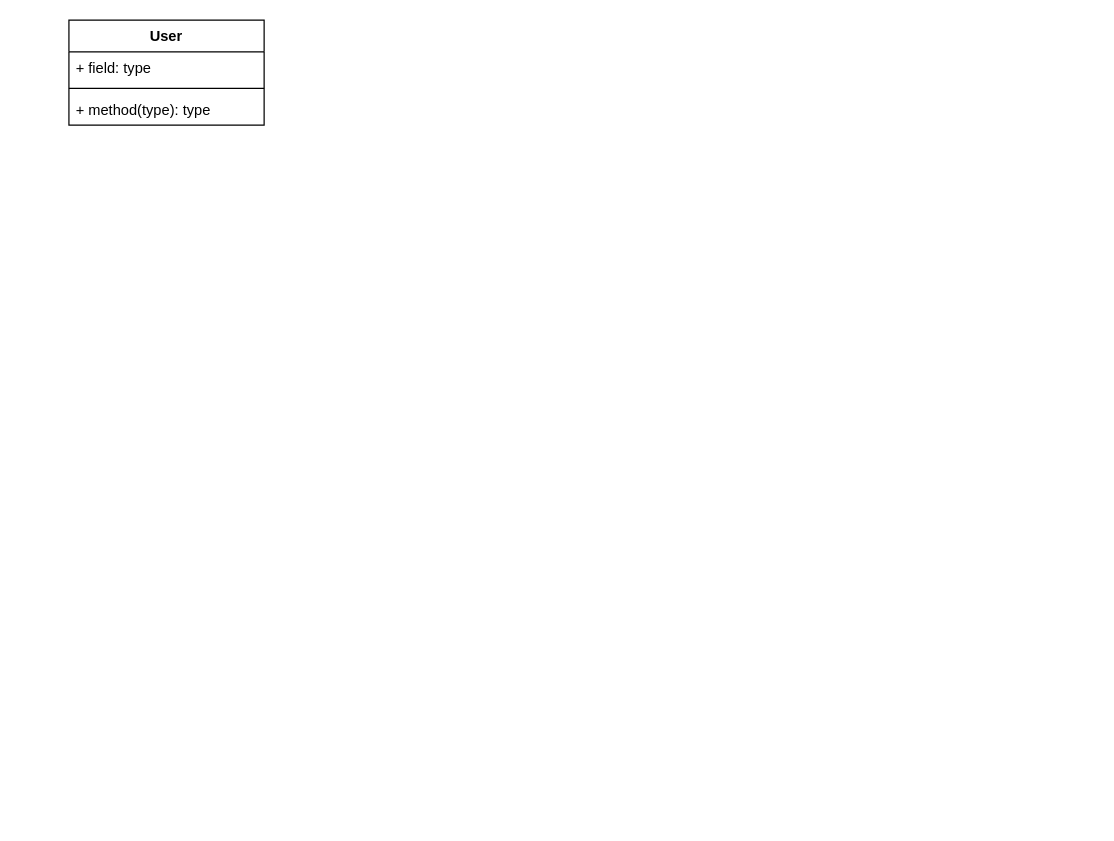
Earlier version of the draw.io diagram page "class" (6 of 8) of nadi.drawio (MohitBurkule/nadi). Source tidied: cells renumbered, new cells numbered last; positions are measured from the earlier drawing's top-left corner, leaving out a move shared by most shapes. Both pictures are drawn from the tidied source at 122%, with x=0, y=0 at pixel (68, 20).
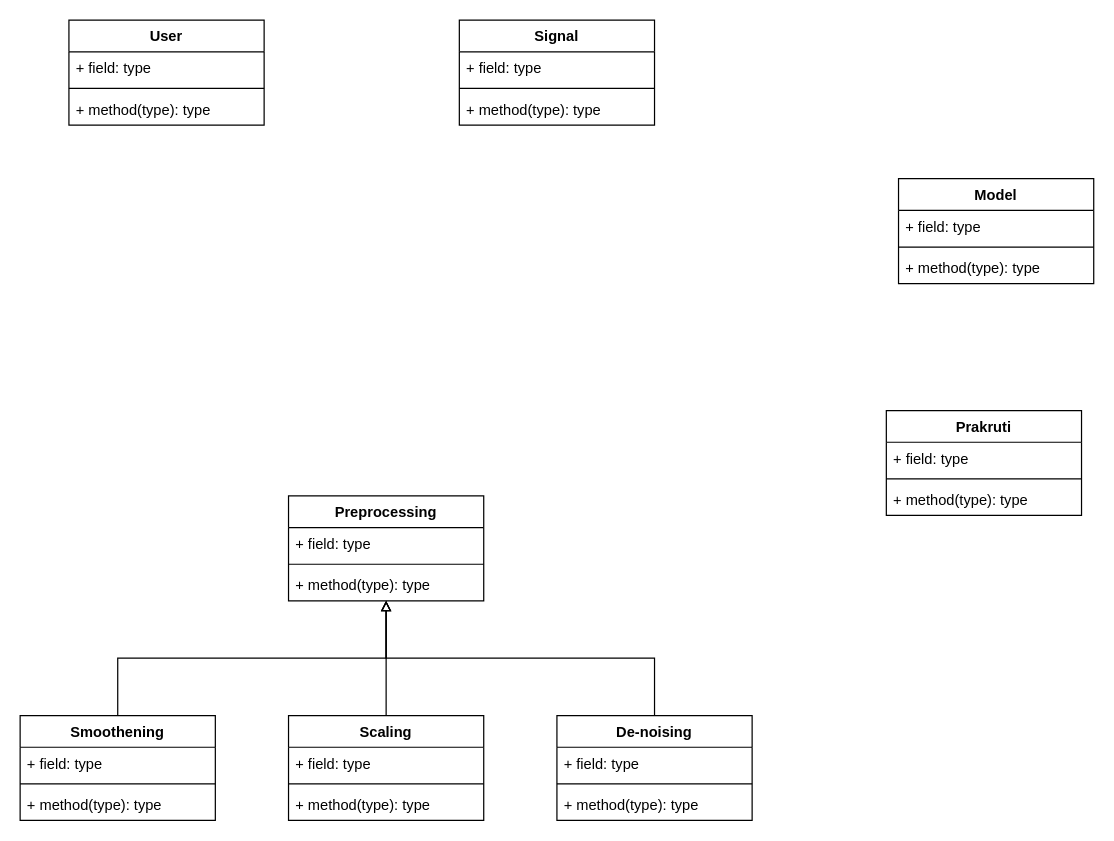
After the change.

Change to the diagram source:
```diff
@@
+    <mxCell id="6" value="Preprocessing" style="swimlane;fontStyle=1;align=center;verticalAlign=top;horizontal=1;startSize=26;" parent="1" vertex="1">
+      <mxGeometry x="180" y="390" width="160" height="86" as="geometry" />
+    </mxCell>
+    <mxCell id="7" value="+ field: type" style="text;strokeColor=none;fillColor=none;align=left;verticalAlign=top;spacingLeft=4;spacingRight=4;overflow=hidden;" parent="6" vertex="1">
+      <mxGeometry y="26" width="160" height="26" as="geometry" />
+    </mxCell>
+    <mxCell id="8" style="line;strokeWidth=1;fillColor=none;align=left;verticalAlign=middle;spacingTop=-1;spacingLeft=3;spacingRight=3;labelPosition=right;" parent="6" vertex="1">
+      <mxGeometry y="52" width="160" height="8" as="geometry" />
+    </mxCell>
+    <mxCell id="9" value="+ method(type): type" style="text;strokeColor=none;fillColor=none;align=left;verticalAlign=top;spacingLeft=4;spacingRight=4;overflow=hidden;" parent="6" vertex="1">
+      <mxGeometry y="60" width="160" height="26" as="geometry" />
+    </mxCell>
+    <mxCell id="10" style="edgeStyle=orthogonalEdgeStyle;rounded=0;jettySize=auto;html=1;exitX=0.5;exitY=0;exitDx=0;exitDy=0;endArrow=block;endFill=0;" parent="1" edge="1" source="11" target="6">
+      <mxGeometry relative="1" as="geometry" />
+    </mxCell>
+    <mxCell id="11" value="Smoothening" style="swimlane;fontStyle=1;align=center;verticalAlign=top;horizontal=1;startSize=26;" parent="1" vertex="1">
+      <mxGeometry x="-40" y="570" width="160" height="86" as="geometry" />
+    </mxCell>
+    <mxCell id="12" value="+ field: type" style="text;strokeColor=none;fillColor=none;align=left;verticalAlign=top;spacingLeft=4;spacingRight=4;overflow=hidden;" parent="11" vertex="1">
+      <mxGeometry y="26" width="160" height="26" as="geometry" />
+    </mxCell>
+    <mxCell id="13" style="line;strokeWidth=1;fillColor=none;align=left;verticalAlign=middle;spacingTop=-1;spacingLeft=3;spacingRight=3;labelPosition=right;" parent="11" vertex="1">
+      <mxGeometry y="52" width="160" height="8" as="geometry" />
+    </mxCell>
+    <mxCell id="14" value="+ method(type): type" style="text;strokeColor=none;fillColor=none;align=left;verticalAlign=top;spacingLeft=4;spacingRight=4;overflow=hidden;" parent="11" vertex="1">
+      <mxGeometry y="60" width="160" height="26" as="geometry" />
+    </mxCell>
+    <mxCell id="15" style="edgeStyle=orthogonalEdgeStyle;rounded=0;jettySize=auto;html=1;exitX=0.5;exitY=0;exitDx=0;exitDy=0;endArrow=block;endFill=0;" parent="1" edge="1" source="16" target="6">
+      <mxGeometry relative="1" as="geometry" />
+    </mxCell>
+    <mxCell id="16" value="Scaling" style="swimlane;fontStyle=1;align=center;verticalAlign=top;horizontal=1;startSize=26;" parent="1" vertex="1">
+      <mxGeometry x="180" y="570" width="160" height="86" as="geometry" />
+    </mxCell>
+    <mxCell id="17" value="+ field: type" style="text;strokeColor=none;fillColor=none;align=left;verticalAlign=top;spacingLeft=4;spacingRight=4;overflow=hidden;" parent="16" vertex="1">
+      <mxGeometry y="26" width="160" height="26" as="geometry" />
+    </mxCell>
+    <mxCell id="18" style="line;strokeWidth=1;fillColor=none;align=left;verticalAlign=middle;spacingTop=-1;spacingLeft=3;spacingRight=3;labelPosition=right;" parent="16" vertex="1">
+      <mxGeometry y="52" width="160" height="8" as="geometry" />
+    </mxCell>
+    <mxCell id="19" value="+ method(type): type" style="text;strokeColor=none;fillColor=none;align=left;verticalAlign=top;spacingLeft=4;spacingRight=4;overflow=hidden;" parent="16" vertex="1">
+      <mxGeometry y="60" width="160" height="26" as="geometry" />
+    </mxCell>
+    <mxCell id="20" style="edgeStyle=orthogonalEdgeStyle;rounded=0;jettySize=auto;html=1;exitX=0.5;exitY=0;exitDx=0;exitDy=0;endArrow=block;endFill=0;" parent="1" edge="1" source="21" target="6">
+      <mxGeometry relative="1" as="geometry" />
+    </mxCell>
+    <mxCell id="21" value="De-noising" style="swimlane;fontStyle=1;align=center;verticalAlign=top;horizontal=1;startSize=26;" parent="1" vertex="1">
+      <mxGeometry x="400" y="570" width="160" height="86" as="geometry" />
+    </mxCell>
+    <mxCell id="22" value="+ field: type" style="text;strokeColor=none;fillColor=none;align=left;verticalAlign=top;spacingLeft=4;spacingRight=4;overflow=hidden;" parent="21" vertex="1">
+      <mxGeometry y="26" width="160" height="26" as="geometry" />
+    </mxCell>
+    <mxCell id="23" style="line;strokeWidth=1;fillColor=none;align=left;verticalAlign=middle;spacingTop=-1;spacingLeft=3;spacingRight=3;labelPosition=right;" parent="21" vertex="1">
+      <mxGeometry y="52" width="160" height="8" as="geometry" />
+    </mxCell>
+    <mxCell id="24" value="+ method(type): type" style="text;strokeColor=none;fillColor=none;align=left;verticalAlign=top;spacingLeft=4;spacingRight=4;overflow=hidden;" parent="21" vertex="1">
+      <mxGeometry y="60" width="160" height="26" as="geometry" />
+    </mxCell>
+    <mxCell id="25" value="Signal" style="swimlane;fontStyle=1;align=center;verticalAlign=top;horizontal=1;startSize=26;" parent="1" vertex="1">
+      <mxGeometry x="320" width="160" height="86" as="geometry" />
+    </mxCell>
+    <mxCell id="26" value="+ field: type" style="text;strokeColor=none;fillColor=none;align=left;verticalAlign=top;spacingLeft=4;spacingRight=4;overflow=hidden;" parent="25" vertex="1">
+      <mxGeometry y="26" width="160" height="26" as="geometry" />
+    </mxCell>
+    <mxCell id="27" style="line;strokeWidth=1;fillColor=none;align=left;verticalAlign=middle;spacingTop=-1;spacingLeft=3;spacingRight=3;labelPosition=right;" parent="25" vertex="1">
+      <mxGeometry y="52" width="160" height="8" as="geometry" />
+    </mxCell>
+    <mxCell id="28" value="+ method(type): type" style="text;strokeColor=none;fillColor=none;align=left;verticalAlign=top;spacingLeft=4;spacingRight=4;overflow=hidden;" parent="25" vertex="1">
+      <mxGeometry y="60" width="160" height="26" as="geometry" />
+    </mxCell>
+    <mxCell id="29" value="Model" style="swimlane;fontStyle=1;align=center;verticalAlign=top;horizontal=1;startSize=26;" parent="1" vertex="1">
+      <mxGeometry x="680" y="130" width="160" height="86" as="geometry" />
+    </mxCell>
+    <mxCell id="30" value="+ field: type" style="text;strokeColor=none;fillColor=none;align=left;verticalAlign=top;spacingLeft=4;spacingRight=4;overflow=hidden;" parent="29" vertex="1">
+      <mxGeometry y="26" width="160" height="26" as="geometry" />
+    </mxCell>
+    <mxCell id="31" style="line;strokeWidth=1;fillColor=none;align=left;verticalAlign=middle;spacingTop=-1;spacingLeft=3;spacingRight=3;labelPosition=right;" parent="29" vertex="1">
+      <mxGeometry y="52" width="160" height="8" as="geometry" />
+    </mxCell>
+    <mxCell id="32" value="+ method(type): type" style="text;strokeColor=none;fillColor=none;align=left;verticalAlign=top;spacingLeft=4;spacingRight=4;overflow=hidden;" parent="29" vertex="1">
+      <mxGeometry y="60" width="160" height="26" as="geometry" />
+    </mxCell>
+    <mxCell id="33" value="Prakruti" style="swimlane;fontStyle=1;align=center;verticalAlign=top;horizontal=1;startSize=26;" parent="1" vertex="1">
+      <mxGeometry x="670" y="320" width="160" height="86" as="geometry" />
+    </mxCell>
+    <mxCell id="34" value="+ field: type" style="text;strokeColor=none;fillColor=none;align=left;verticalAlign=top;spacingLeft=4;spacingRight=4;overflow=hidden;" parent="33" vertex="1">
+      <mxGeometry y="26" width="160" height="26" as="geometry" />
+    </mxCell>
+    <mxCell id="35" style="line;strokeWidth=1;fillColor=none;align=left;verticalAlign=middle;spacingTop=-1;spacingLeft=3;spacingRight=3;labelPosition=right;" parent="33" vertex="1">
+      <mxGeometry y="52" width="160" height="8" as="geometry" />
+    </mxCell>
+    <mxCell id="36" value="+ method(type): type" style="text;strokeColor=none;fillColor=none;align=left;verticalAlign=top;spacingLeft=4;spacingRight=4;overflow=hidden;" parent="33" vertex="1">
+      <mxGeometry y="60" width="160" height="26" as="geometry" />
+    </mxCell>
```
